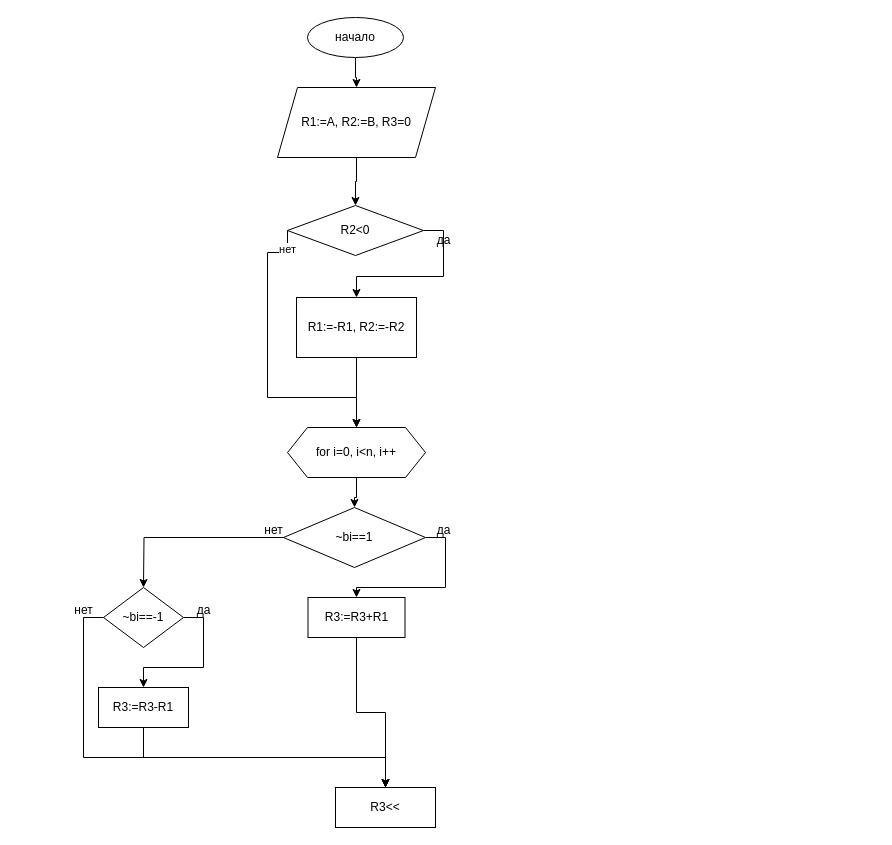
Before: Диаграмма без названия.drawio in victoriaskr/Bankers, a draw.io diagram. Source tidied: cells renumbered, new cells numbered last; positions are measured from the earlier drawing's top-left corner, leaving out a move shared by most shapes. Both pictures are drawn from the tidied source at 100%, with x=0, y=0 at pixel (63, 17).
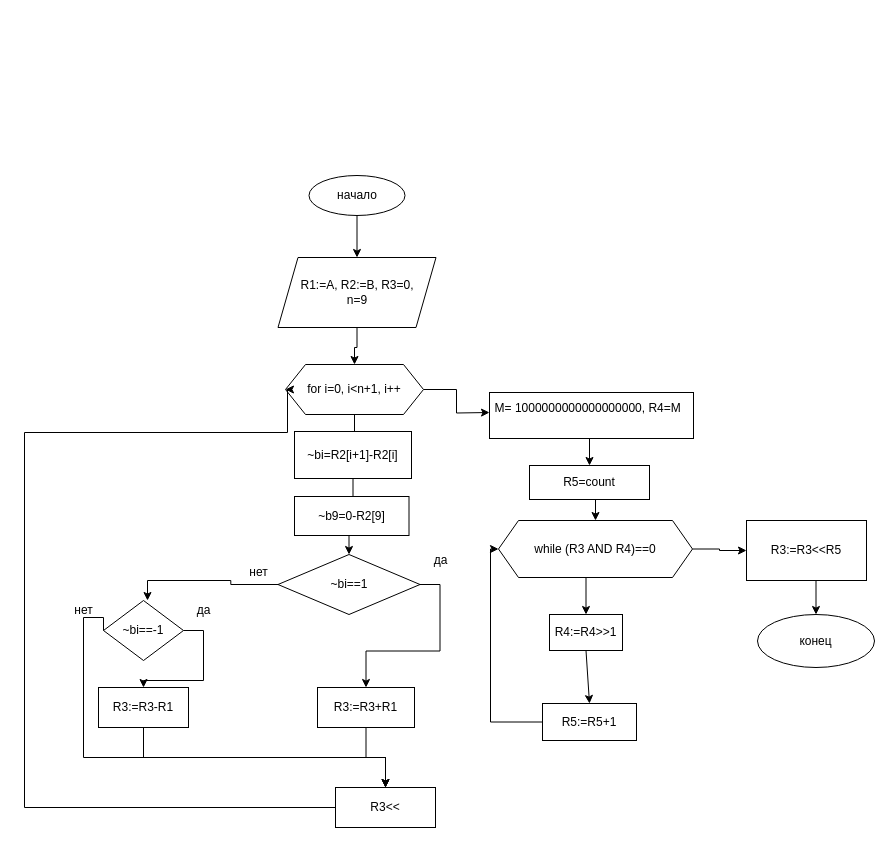
Above is the later version.

Unchanged cells that the change refers to:
```xml
<mxCell id="28" value="R3&amp;lt;&amp;lt;" style="rounded=0;whiteSpace=wrap;html=1;" parent="1" vertex="1">
  <mxGeometry x="272" y="770" width="100" height="40" as="geometry" />
</mxCell>
```

What changed in the source:
```diff
@@
     <mxCell id="3" value="начало" style="ellipse;whiteSpace=wrap;html=1;" parent="1" vertex="1">
-      <mxGeometry x="244" width="96" height="40" as="geometry" />
+      <mxGeometry x="245.5" y="158" width="96" height="40" as="geometry" />
     </mxCell>
-    <mxCell id="4" style="edgeStyle=orthogonalEdgeStyle;rounded=0;jettySize=auto;html=1;" parent="1" edge="1" source="5" target="9">
-      <mxGeometry relative="1" as="geometry" />
-    </mxCell>
-    <mxCell id="5" value="R1:=A, R2:=B, R3=0" style="shape=parallelogram;perimeter=parallelogramPerimeter;whiteSpace=wrap;html=1;fixedSize=1;" parent="1" vertex="1">
-      <mxGeometry x="214" y="70" width="158" height="70" as="geometry" />
+    <mxCell id="5" value="R1:=A, R2:=B, R3=0,&lt;div&gt;n=9&lt;/div&gt;" style="shape=parallelogram;perimeter=parallelogramPerimeter;whiteSpace=wrap;html=1;fixedSize=1;" parent="1" vertex="1">
+      <mxGeometry x="214.5" y="240" width="158" height="70" as="geometry" />
     </mxCell>
-    <mxCell id="6" style="edgeStyle=orthogonalEdgeStyle;rounded=0;jettySize=auto;html=1;exitX=1;exitY=0.5;exitDx=0;exitDy=0;" parent="1" edge="1" source="9" target="11">
-      <mxGeometry relative="1" as="geometry" />
-    </mxCell>
-    <mxCell id="7" style="edgeStyle=orthogonalEdgeStyle;rounded=0;jettySize=auto;html=1;exitX=0;exitY=0.5;exitDx=0;exitDy=0;entryX=0.5;entryY=0;entryDx=0;entryDy=0;" parent="1" edge="1" source="9" target="14">
-      <mxGeometry relative="1" as="geometry">
-        <Array as="points">
-          <mxPoint x="204" y="235" />
-          <mxPoint x="204" y="380" />
-          <mxPoint x="293" y="380" />
-        </Array>
-      </mxGeometry>
-    </mxCell>
-    <mxCell id="8" value="нет" style="edgeLabel;html=1;align=center;verticalAlign=middle;" parent="7" vertex="1">
-      <mxGeometry x="-0.88" y="-1" relative="1" as="geometry" />
-    </mxCell>
-    <mxCell id="9" value="R2&amp;lt;0" style="rhombus;whiteSpace=wrap;html=1;" parent="1" vertex="1">
-      <mxGeometry x="224" y="188" width="136" height="50" as="geometry" />
-    </mxCell>
-    <mxCell id="10" style="edgeStyle=orthogonalEdgeStyle;rounded=0;jettySize=auto;html=1;" parent="1" edge="1" source="11" target="14">
+    <mxCell id="10" style="edgeStyle=orthogonalEdgeStyle;rounded=0;jettySize=auto;html=1;exitX=0.5;exitY=1;exitDx=0;exitDy=0;" parent="1" edge="1" source="5" target="14">
       <mxGeometry relative="1" as="geometry" />
     </mxCell>
-    <mxCell id="11" value="R1:=-R1, R2:=-R2" style="rounded=0;whiteSpace=wrap;html=1;" parent="1" vertex="1">
-      <mxGeometry x="233" y="280" width="120" height="60" as="geometry" />
-    </mxCell>
-    <mxCell id="12" value="да" style="text;html=1;align=center;verticalAlign=middle;strokeColor=none;fillColor=none;" parent="1" vertex="1">
-      <mxGeometry x="360" y="208" width="40" height="30" as="geometry" />
-    </mxCell>
-    <mxCell id="13" style="edgeStyle=orthogonalEdgeStyle;rounded=0;jettySize=auto;html=1;" parent="1" edge="1" source="14" target="17">
+    <mxCell id="13" style="edgeStyle=orthogonalEdgeStyle;rounded=0;jettySize=auto;html=1;" parent="1" edge="1" source="34" target="17">
       <mxGeometry relative="1" as="geometry" />
     </mxCell>
+    <mxCell id="30" style="edgeStyle=orthogonalEdgeStyle;rounded=0;jettySize=auto;html=1;exitX=1;exitY=0.5;exitDx=0;exitDy=0;entryX=0;entryY=0.5;entryDx=0;entryDy=0;" parent="1" edge="1" source="14">
+      <mxGeometry relative="1" as="geometry">
+        <mxPoint x="426" y="395" as="targetPoint" />
+      </mxGeometry>
+    </mxCell>
-    <mxCell id="14" value="for i=0, i&amp;lt;n, i++" style="shape=hexagon;perimeter=hexagonPerimeter2;whiteSpace=wrap;html=1;fixedSize=1;" parent="1" vertex="1">
-      <mxGeometry x="224" y="410" width="138" height="50" as="geometry" />
+    <mxCell id="14" value="for i=0, i&amp;lt;n+1, i++" style="shape=hexagon;perimeter=hexagonPerimeter2;whiteSpace=wrap;html=1;fixedSize=1;" parent="1" vertex="1">
+      <mxGeometry x="222" y="347" width="138" height="50" as="geometry" />
     </mxCell>
-    <mxCell id="15" style="edgeStyle=orthogonalEdgeStyle;rounded=0;jettySize=auto;html=1;exitX=0;exitY=0.5;exitDx=0;exitDy=0;" parent="1" edge="1" source="17">
-      <mxGeometry relative="1" as="geometry">
-        <mxPoint x="80" y="570" as="targetPoint" />
-      </mxGeometry>
+    <mxCell id="15" style="edgeStyle=orthogonalEdgeStyle;rounded=0;jettySize=auto;html=1;exitX=0;exitY=0.5;exitDx=0;exitDy=0;entryX=0.55;entryY=0;entryDx=0;entryDy=0;entryPerimeter=0;" parent="1" edge="1" source="17" target="20">
+      <mxGeometry relative="1" as="geometry" />
     </mxCell>
@@
     <mxCell id="17" value="~bi==1" style="rhombus;whiteSpace=wrap;html=1;" parent="1" vertex="1">
-      <mxGeometry x="220" y="490" width="142" height="60" as="geometry" />
+      <mxGeometry x="214.5" y="537" width="142" height="60" as="geometry" />
     </mxCell>
@@
     <mxCell id="20" value="~bi==-1" style="rhombus;whiteSpace=wrap;html=1;" parent="1" vertex="1">
-      <mxGeometry x="40" y="570" width="80" height="60" as="geometry" />
+      <mxGeometry x="40" y="583" width="80" height="60" as="geometry" />
     </mxCell>
     <mxCell id="21" value="нет" style="text;html=1;align=center;verticalAlign=middle;strokeColor=none;fillColor=none;" parent="1" vertex="1">
-      <mxGeometry x="190" y="498" width="40" height="30" as="geometry" />
+      <mxGeometry x="174.5" y="540" width="40" height="30" as="geometry" />
     </mxCell>
@@
     <mxCell id="25" value="R3:=R3+R1" style="rounded=0;whiteSpace=wrap;html=1;" parent="1" vertex="1">
-      <mxGeometry x="244.5" y="580" width="97" height="40" as="geometry" />
+      <mxGeometry x="254" y="670" width="97" height="40" as="geometry" />
     </mxCell>
     <mxCell id="26" value="да" style="text;html=1;align=center;verticalAlign=middle;strokeColor=none;fillColor=none;" parent="1" vertex="1">
-      <mxGeometry x="360" y="498" width="40" height="30" as="geometry" />
+      <mxGeometry x="356.5" y="528" width="40" height="30" as="geometry" />
     </mxCell>
@@
+    <mxCell id="31" style="edgeStyle=orthogonalEdgeStyle;rounded=0;jettySize=auto;html=1;exitX=0;exitY=0.5;exitDx=0;exitDy=0;entryX=0;entryY=0.5;entryDx=0;entryDy=0;" parent="1" edge="1" source="28" target="14">
+      <mxGeometry relative="1" as="geometry">
+        <Array as="points">
+          <mxPoint x="-39" y="790" />
+          <mxPoint x="-39" y="415" />
+          <mxPoint x="224" y="415" />
+        </Array>
+      </mxGeometry>
+    </mxCell>
@@
+    <mxCell id="32" value="~b9=0-R2[9]" style="rounded=0;whiteSpace=wrap;html=1;" parent="1" vertex="1">
+      <mxGeometry x="231" y="479" width="114.5" height="39" as="geometry" />
+    </mxCell>
+    <mxCell id="33" style="edgeStyle=orthogonalEdgeStyle;rounded=0;jettySize=auto;html=1;" parent="1" edge="1" source="14" target="34">
+      <mxGeometry relative="1" as="geometry" />
+    </mxCell>
+    <mxCell id="34" value="~bi=R2[i+1]-R2[i]" style="rounded=0;whiteSpace=wrap;html=1;" parent="1" vertex="1">
+      <mxGeometry x="231" y="414" width="117" height="47" as="geometry" />
+    </mxCell>
+    <mxCell id="35" style="edgeStyle=orthogonalEdgeStyle;rounded=0;jettySize=auto;html=1;exitX=0.5;exitY=1;exitDx=0;exitDy=0;entryX=0.5;entryY=0;entryDx=0;entryDy=0;" parent="1" edge="1" source="36" target="38">
+      <mxGeometry relative="1" as="geometry" />
+    </mxCell>
+    <mxCell id="36" value="&lt;div&gt;&amp;nbsp;М= 1000000000000000000, R4=M&amp;nbsp; &amp;nbsp;&lt;/div&gt;&lt;div&gt;&lt;br&gt;&lt;/div&gt;" style="rounded=0;whiteSpace=wrap;html=1;" parent="1" vertex="1">
+      <mxGeometry x="426" y="375" width="204" height="46" as="geometry" />
+    </mxCell>
+    <mxCell id="37" style="edgeStyle=orthogonalEdgeStyle;rounded=0;jettySize=auto;html=1;exitX=0.5;exitY=1;exitDx=0;exitDy=0;entryX=0.5;entryY=0;entryDx=0;entryDy=0;" parent="1" edge="1" source="38" target="41">
+      <mxGeometry relative="1" as="geometry" />
+    </mxCell>
+    <mxCell id="38" value="R5=count" style="rounded=0;whiteSpace=wrap;html=1;" parent="1" vertex="1">
+      <mxGeometry x="466" y="448" width="120" height="34" as="geometry" />
+    </mxCell>
+    <mxCell id="39" style="edgeStyle=orthogonalEdgeStyle;rounded=0;jettySize=auto;html=1;exitX=0.5;exitY=1;exitDx=0;exitDy=0;entryX=0.5;entryY=0;entryDx=0;entryDy=0;" parent="1" edge="1" source="41" target="42">
+      <mxGeometry relative="1" as="geometry" />
+    </mxCell>
+    <mxCell id="40" style="edgeStyle=orthogonalEdgeStyle;rounded=0;jettySize=auto;html=1;exitX=1;exitY=0.5;exitDx=0;exitDy=0;entryX=0;entryY=0.5;entryDx=0;entryDy=0;" parent="1" edge="1" source="41" target="47">
+      <mxGeometry relative="1" as="geometry" />
+    </mxCell>
+    <mxCell id="41" value="while (R3 AND R4)==0" style="shape=hexagon;perimeter=hexagonPerimeter2;whiteSpace=wrap;html=1;fixedSize=1;" parent="1" vertex="1">
+      <mxGeometry x="435" y="503" width="194" height="57" as="geometry" />
+    </mxCell>
+    <mxCell id="42" value="R4:=R4&amp;gt;&amp;gt;1" style="rounded=0;whiteSpace=wrap;html=1;" parent="1" vertex="1">
+      <mxGeometry x="486" y="597" width="73" height="36" as="geometry" />
+    </mxCell>
+    <mxCell id="43" style="edgeStyle=orthogonalEdgeStyle;rounded=0;jettySize=auto;html=1;exitX=0;exitY=0.5;exitDx=0;exitDy=0;entryX=0;entryY=0.5;entryDx=0;entryDy=0;" parent="1" edge="1" source="44" target="41">
+      <mxGeometry relative="1" as="geometry">
+        <Array as="points">
+          <mxPoint x="427" y="705" />
+          <mxPoint x="427" y="532" />
+        </Array>
+      </mxGeometry>
+    </mxCell>
+    <mxCell id="44" value="R5:=R5+1" style="rounded=0;whiteSpace=wrap;html=1;" parent="1" vertex="1">
+      <mxGeometry x="479" y="686" width="94" height="37" as="geometry" />
+    </mxCell>
+    <mxCell id="45" style="endArrow=classic;html=1;rounded=0;exitX=0.5;exitY=1;exitDx=0;exitDy=0;entryX=0.5;entryY=0;entryDx=0;entryDy=0;" parent="1" edge="1" source="42" target="44">
+      <mxGeometry relative="1" as="geometry" />
+    </mxCell>
+    <mxCell id="46" style="edgeStyle=orthogonalEdgeStyle;rounded=0;jettySize=auto;html=1;exitX=0.5;exitY=1;exitDx=0;exitDy=0;entryX=0.5;entryY=0;entryDx=0;entryDy=0;" parent="1" edge="1" source="47" target="48">
+      <mxGeometry relative="1" as="geometry" />
+    </mxCell>
+    <mxCell id="47" value="R3:=R3&amp;lt;&amp;lt;R5" style="rounded=0;whiteSpace=wrap;html=1;" parent="1" vertex="1">
+      <mxGeometry x="683" y="503" width="120" height="60" as="geometry" />
+    </mxCell>
+    <mxCell id="48" value="конец" style="ellipse;whiteSpace=wrap;html=1;" parent="1" vertex="1">
+      <mxGeometry x="694" y="597" width="117" height="53" as="geometry" />
+    </mxCell>
```
